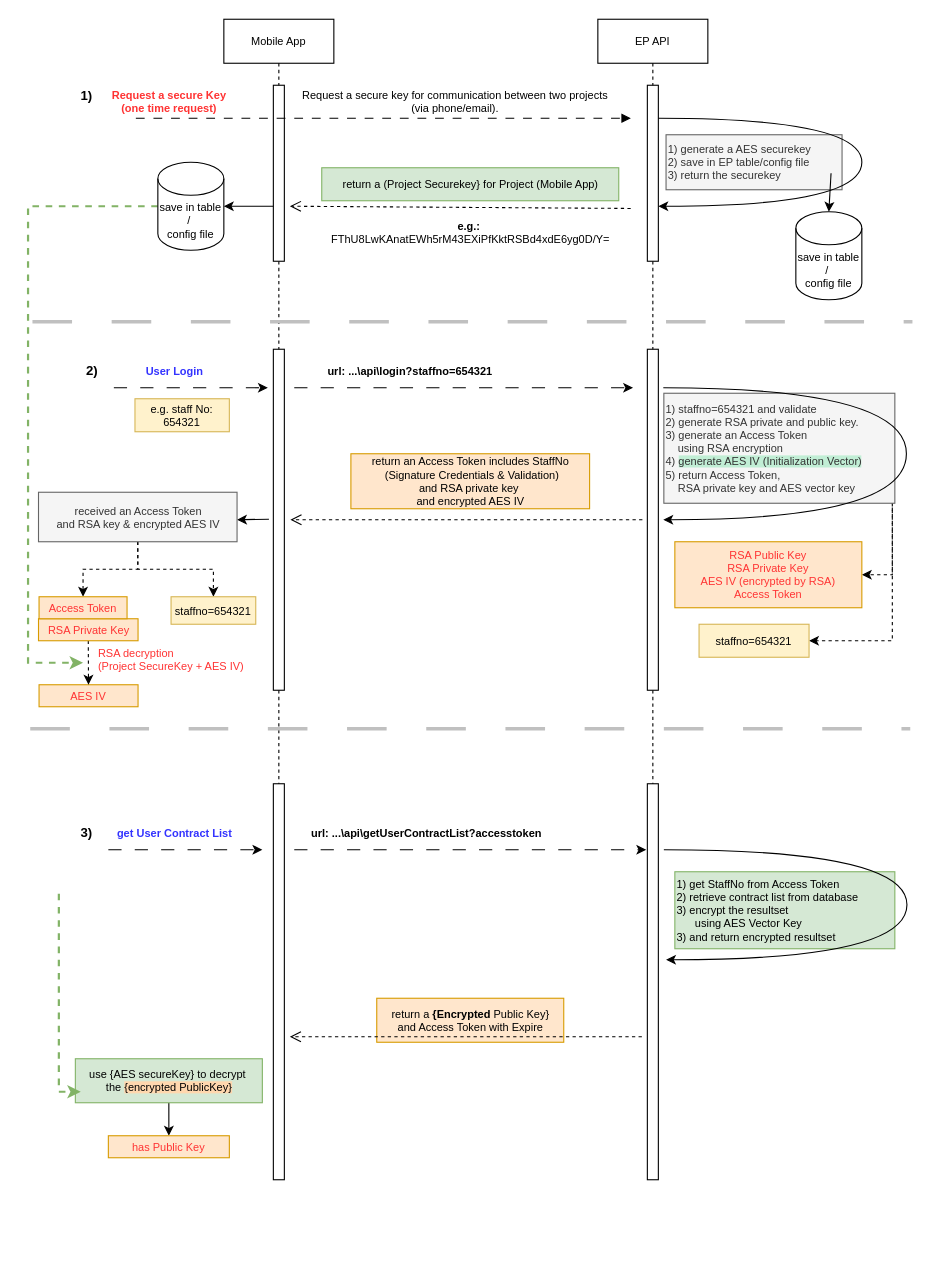
Before: employeePortal_API_workflow.drawio in mujianlo/hrpt_drawio, a draw.io diagram. Source tidied: cells renumbered, new cells numbered last; positions are measured from the earlier drawing's top-left corner, leaving out a move shared by most shapes. Both pictures are drawn from the tidied source at 110%, with x=0, y=0 at pixel (28, 19).
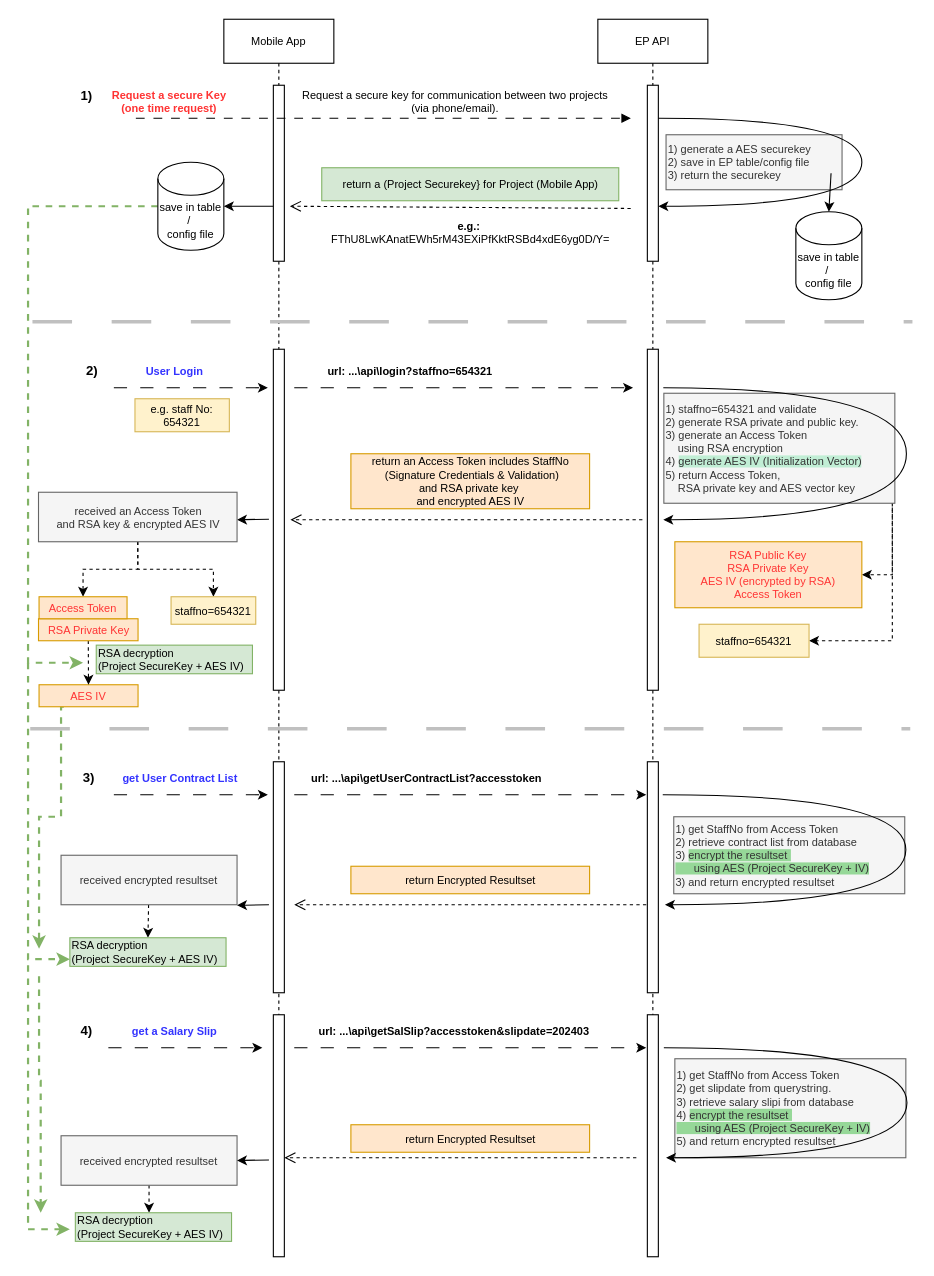
The same page after the edit.

Unchanged cells that the change refers to:
```xml
<mxCell id="32" value="AES IV" style="rounded=0;whiteSpace=wrap;html=1;fillColor=#ffe6cc;strokeColor=#d79b00;fontSize=10;fontColor=#FF3333;" parent="1" vertex="1">
  <mxGeometry x="10" y="605" width="90" height="20" as="geometry" />
</mxCell>
```

Diff of the diagram source:
```diff
@@
-    <mxCell id="2" value="&lt;div&gt;RSA decryption&lt;/div&gt;&lt;div&gt;(Project SecureKey + AES IV) &lt;/div&gt;" style="rounded=0;whiteSpace=wrap;html=1;fontSize=10;strokeColor=none;fontColor=#FF3333;align=left;" parent="1" vertex="1">
+    <mxCell id="2" value="&lt;div&gt;RSA decryption&lt;/div&gt;&lt;div&gt;(Project SecureKey + AES IV) &lt;/div&gt;" style="rounded=0;whiteSpace=wrap;html=1;fontSize=10;strokeColor=#82b366;align=left;fillColor=#d5e8d4;" parent="1" vertex="1">
       <mxGeometry x="62" y="569" width="142" height="26" as="geometry" />
     </mxCell>
@@
     <mxCell id="6" value="Mobile App" style="shape=umlLifeline;perimeter=lifelinePerimeter;whiteSpace=wrap;html=1;newEdgeStyle={&quot;edgeStyle&quot;:&quot;elbowEdgeStyle&quot;,&quot;elbow&quot;:&quot;vertical&quot;,&quot;curved&quot;:0,&quot;rounded&quot;:0};fontSize=10;" parent="1" vertex="1">
-      <mxGeometry x="178" width="100" height="940" as="geometry" />
+      <mxGeometry x="178" width="100" height="1115" as="geometry" />
     </mxCell>
@@
     <mxCell id="9" value="EP API" style="shape=umlLifeline;perimeter=lifelinePerimeter;whiteSpace=wrap;html=1;newEdgeStyle={&quot;edgeStyle&quot;:&quot;elbowEdgeStyle&quot;,&quot;elbow&quot;:&quot;vertical&quot;,&quot;curved&quot;:0,&quot;rounded&quot;:0};fontSize=10;" parent="1" vertex="1">
-      <mxGeometry x="518" width="100" height="940" as="geometry" />
+      <mxGeometry x="518" width="100" height="1125" as="geometry" />
     </mxCell>
@@
+    <mxCell id="62" style="edgeStyle=orthogonalEdgeStyle;rounded=0;jettySize=auto;html=1;strokeWidth=2;fillColor=#d5e8d4;strokeColor=#82b366;dashed=1;exitX=0.25;exitY=1;exitDx=0;exitDy=0;" parent="1" edge="1" source="32">
+      <mxGeometry relative="1" as="geometry">
+        <mxPoint x="10" y="845" as="targetPoint" />
+        <Array as="points">
+          <mxPoint x="30" y="625" />
+          <mxPoint x="30" y="725" />
+        </Array>
+      </mxGeometry>
+    </mxCell>
@@
-    <mxCell id="36" value="&lt;div&gt;return a &lt;b&gt;{Encrypted&lt;/b&gt; Public Key}&lt;/div&gt;&lt;div&gt;and Access Token with Expire&lt;br&gt;&lt;/div&gt;" style="text;html=1;align=center;verticalAlign=middle;strokeColor=#d79b00;fillColor=#ffe6cc;fontSize=10;" parent="1" vertex="1">
-      <mxGeometry x="317" y="890" width="170" height="40" as="geometry" />
-    </mxCell>
     <mxCell id="37" style="html=1;perimeter=orthogonalPerimeter;targetShapes=umlLifeline;newEdgeStyle={&quot;curved&quot;:0,&quot;rounded&quot;:0};fontSize=10;" parent="1" vertex="1">
-      <mxGeometry x="223" y="695" width="10" height="360" as="geometry" />
+      <mxGeometry x="223" y="675" width="10" height="210" as="geometry" />
     </mxCell>
     <mxCell id="38" style="html=1;perimeter=orthogonalPerimeter;targetShapes=umlLifeline;newEdgeStyle={&quot;curved&quot;:0,&quot;rounded&quot;:0};fontSize=10;" parent="1" vertex="1">
-      <mxGeometry x="563" y="695" width="10" height="360" as="geometry" />
+      <mxGeometry x="563" y="675" width="10" height="210" as="geometry" />
     </mxCell>
     <mxCell id="39" style="endArrow=classic;html=1;rounded=0;dashed=1;dashPattern=12 12;fontSize=10;" parent="1" edge="1">
       <mxGeometry relative="1" as="geometry">
-        <mxPoint x="73" y="755" as="sourcePoint" />
-        <mxPoint x="213" y="755" as="targetPoint" />
+        <mxPoint x="78" y="705" as="sourcePoint" />
+        <mxPoint x="218" y="705" as="targetPoint" />
       </mxGeometry>
     </mxCell>
     <mxCell id="40" style="endArrow=classic;html=1;rounded=0;dashed=1;dashPattern=12 12;edgeStyle=elbowEdgeStyle;fontSize=10;" parent="1" edge="1">
       <mxGeometry relative="1" as="geometry">
-        <mxPoint x="242" y="755" as="sourcePoint" />
-        <mxPoint x="562" y="755" as="targetPoint" />
+        <mxPoint x="242" y="705" as="sourcePoint" />
+        <mxPoint x="562" y="705" as="targetPoint" />
       </mxGeometry>
     </mxCell>
     <mxCell id="41" value="url: ...\api\getUserContractList?accesstoken" style="text;html=1;align=center;verticalAlign=middle;strokeColor=none;fillColor=none;fontStyle=1;fontSize=10;" parent="1" vertex="1">
-      <mxGeometry x="252" y="725" width="220" height="30" as="geometry" />
+      <mxGeometry x="252" y="675" width="220" height="30" as="geometry" />
     </mxCell>
-    <mxCell id="42" value="&lt;div&gt;1) get StaffNo from Access Token&lt;/div&gt;&lt;div&gt;2) retrieve contract list from database&lt;/div&gt;&lt;div&gt;3) encrypt the resultset&amp;nbsp;&lt;/div&gt;&lt;div&gt;&amp;nbsp;&amp;nbsp;&amp;nbsp;&amp;nbsp;&amp;nbsp; using AES Vector Key&lt;br&gt;&lt;/div&gt;&lt;div&gt;3) and return encrypted resultset &lt;br&gt;&lt;/div&gt;" style="text;html=1;align=left;verticalAlign=middle;strokeColor=#82b366;fillColor=#d5e8d4;fontSize=10;" parent="1" vertex="1">
-      <mxGeometry x="588" y="775" width="200" height="70" as="geometry" />
+    <mxCell id="42" value="&lt;div&gt;1) get StaffNo from Access Token&lt;/div&gt;&lt;div&gt;2) retrieve contract list from database&lt;/div&gt;&lt;div&gt;3) &lt;span style=&quot;background-color: rgb(150, 216, 152);&quot;&gt;encrypt the resultset&amp;nbsp;&lt;/span&gt;&lt;/div&gt;&lt;div&gt;&lt;span style=&quot;background-color: rgb(150, 216, 152);&quot;&gt;&amp;nbsp;&amp;nbsp;&amp;nbsp;&amp;nbsp;&amp;nbsp; using AES (Project SecureKey + IV)&lt;/span&gt;&lt;br&gt;&lt;/div&gt;&lt;div&gt;3) and return encrypted resultset &lt;br&gt;&lt;/div&gt;" style="text;html=1;align=left;verticalAlign=middle;strokeColor=#666666;fillColor=#f5f5f5;fontSize=10;fontColor=#333333;" parent="1" vertex="1">
+      <mxGeometry x="587" y="725" width="210" height="70" as="geometry" />
     </mxCell>
     <mxCell id="43" style="html=1;verticalAlign=bottom;endArrow=open;dashed=1;endSize=8;elbow=horizontal;rounded=0;fontSize=10;" parent="1" edge="1">
       <mxGeometry relative="1" as="geometry">
-        <mxPoint x="558" y="925" as="sourcePoint" />
-        <mxPoint x="238" y="925" as="targetPoint" />
+        <mxPoint x="562" y="805" as="sourcePoint" />
+        <mxPoint x="242" y="805" as="targetPoint" />
       </mxGeometry>
     </mxCell>
-    <mxCell id="44" style="edgeStyle=orthogonalEdgeStyle;rounded=0;jettySize=auto;html=1;" parent="1" edge="1" source="45" target="47">
-      <mxGeometry relative="1" as="geometry" />
-    </mxCell>
-    <mxCell id="45" value="&lt;div&gt;use {AES secureKey} to decrypt&amp;nbsp;&lt;/div&gt;&lt;div&gt;the &lt;span style=&quot;background-color: rgb(255, 215, 174);&quot;&gt;{encrypted PublicKey}&lt;/span&gt;&lt;/div&gt;" style="text;html=1;align=center;verticalAlign=middle;points=[];strokeColor=#82b366;fillColor=#d5e8d4;fontSize=10;" parent="1" vertex="1">
-      <mxGeometry x="43" y="945" width="170" height="40" as="geometry" />
-    </mxCell>
-    <mxCell id="46" style="endArrow=classic;html=1;rounded=0;edgeStyle=elbowEdgeStyle;dashed=1;fillColor=#d5e8d4;strokeColor=#82b366;strokeWidth=2;fontSize=10;entryX=0.029;entryY=0.75;entryDx=0;entryDy=0;entryPerimeter=0;" parent="1" edge="1" target="45">
+    <mxCell id="46" style="endArrow=classic;html=1;rounded=0;edgeStyle=elbowEdgeStyle;dashed=1;fillColor=#d5e8d4;strokeColor=#82b366;strokeWidth=2;fontSize=10;entryX=0;entryY=0.75;entryDx=0;entryDy=0;" parent="1" edge="1" target="67">
       <mxGeometry relative="1" as="geometry">
-        <mxPoint x="28" y="795" as="sourcePoint" />
+        <mxPoint y="585" as="sourcePoint" />
         <Array as="points">
-          <mxPoint x="28" y="885" />
+          <mxPoint y="785" />
         </Array>
       </mxGeometry>
     </mxCell>
-    <mxCell id="47" value="has Public Key" style="rounded=0;whiteSpace=wrap;html=1;fillColor=#ffe6cc;strokeColor=#d79b00;fontSize=10;fontColor=#FF3333;" parent="1" vertex="1">
-      <mxGeometry x="73" y="1015" width="110" height="20" as="geometry" />
-    </mxCell>
     <mxCell id="48" value="&lt;b&gt;3)&lt;/b&gt;" style="text;html=1;align=center;verticalAlign=middle;strokeColor=none;fillColor=none;" parent="1" vertex="1">
-      <mxGeometry x="38" y="725" width="30" height="30" as="geometry" />
+      <mxGeometry x="40" y="675" width="30" height="30" as="geometry" />
     </mxCell>
     <mxCell id="49" value="get User Contract List" style="text;html=1;align=center;verticalAlign=middle;strokeColor=none;fillColor=none;fontSize=10;fontStyle=1;fontColor=#3333FF;" parent="1" vertex="1">
-      <mxGeometry x="73" y="725" width="120" height="30" as="geometry" />
+      <mxGeometry x="78" y="675" width="120" height="30" as="geometry" />
     </mxCell>
@@
     <mxCell id="51" style="edgeStyle=orthogonalEdgeStyle;rounded=0;orthogonalLoop=1;jettySize=auto;html=1;elbow=vertical;curved=1;fontSize=10;" parent="1" edge="1">
       <mxGeometry relative="1" as="geometry">
-        <mxPoint x="578" y="755" as="sourcePoint" />
-        <mxPoint x="580" y="855" as="targetPoint" />
+        <mxPoint x="577" y="705" as="sourcePoint" />
+        <mxPoint x="579" y="805" as="targetPoint" />
         <Array as="points">
-          <mxPoint x="799" y="755" />
-          <mxPoint x="799" y="855" />
+          <mxPoint x="798" y="705" />
+          <mxPoint x="798" y="805" />
         </Array>
       </mxGeometry>
     </mxCell>
@@
+    <mxCell id="63" value="&lt;div&gt;return Encrypted Resultset&lt;/div&gt;" style="rounded=0;whiteSpace=wrap;html=1;fillColor=#ffe6cc;strokeColor=#d79b00;fontSize=10;" parent="1" vertex="1">
+      <mxGeometry x="293.5" y="770" width="217" height="25" as="geometry" />
+    </mxCell>
+    <mxCell id="64" style="rounded=0;jettySize=auto;html=1;dashed=1;entryX=0.5;entryY=0;entryDx=0;entryDy=0;" parent="1" edge="1" source="65" target="67">
+      <mxGeometry relative="1" as="geometry" />
+    </mxCell>
+    <mxCell id="65" value="&lt;div&gt;received encrypted resultset&lt;br&gt;&lt;/div&gt;" style="rounded=0;whiteSpace=wrap;html=1;fillColor=#f5f5f5;strokeColor=#666666;fontSize=10;fontColor=#333333;" parent="1" vertex="1">
+      <mxGeometry x="30" y="760" width="160" height="45" as="geometry" />
+    </mxCell>
+    <mxCell id="66" style="rounded=0;orthogonalLoop=1;jettySize=auto;html=1;elbow=vertical;fontSize=10;" parent="1" edge="1">
+      <mxGeometry relative="1" as="geometry">
+        <mxPoint x="219" y="805" as="sourcePoint" />
+        <mxPoint x="190" y="805.5" as="targetPoint" />
+      </mxGeometry>
+    </mxCell>
+    <mxCell id="67" value="&lt;div&gt;RSA decryption&lt;/div&gt;&lt;div&gt;(Project SecureKey + AES IV) &lt;/div&gt;" style="rounded=0;whiteSpace=wrap;html=1;fontSize=10;strokeColor=#82b366;align=left;fillColor=#d5e8d4;" parent="1" vertex="1">
+      <mxGeometry x="38" y="835" width="142" height="26" as="geometry" />
+    </mxCell>
+    <mxCell id="68" style="html=1;perimeter=orthogonalPerimeter;targetShapes=umlLifeline;newEdgeStyle={&quot;curved&quot;:0,&quot;rounded&quot;:0};fontSize=10;" parent="1" vertex="1">
+      <mxGeometry x="223" y="905" width="10" height="220" as="geometry" />
+    </mxCell>
+    <mxCell id="69" style="html=1;perimeter=orthogonalPerimeter;targetShapes=umlLifeline;newEdgeStyle={&quot;curved&quot;:0,&quot;rounded&quot;:0};fontSize=10;" parent="1" vertex="1">
+      <mxGeometry x="563" y="905" width="10" height="220" as="geometry" />
+    </mxCell>
+    <mxCell id="70" style="endArrow=classic;html=1;rounded=0;dashed=1;dashPattern=12 12;fontSize=10;" parent="1" edge="1">
+      <mxGeometry relative="1" as="geometry">
+        <mxPoint x="73" y="935" as="sourcePoint" />
+        <mxPoint x="213" y="935" as="targetPoint" />
+      </mxGeometry>
+    </mxCell>
+    <mxCell id="71" style="endArrow=classic;html=1;rounded=0;dashed=1;dashPattern=12 12;edgeStyle=elbowEdgeStyle;fontSize=10;" parent="1" edge="1">
+      <mxGeometry relative="1" as="geometry">
+        <mxPoint x="242" y="935" as="sourcePoint" />
+        <mxPoint x="562" y="935" as="targetPoint" />
+      </mxGeometry>
+    </mxCell>
+    <mxCell id="72" value="url: ...\api\getSalSlip?accesstoken&amp;amp;slipdate=202403" style="text;html=1;align=center;verticalAlign=middle;strokeColor=none;fillColor=none;fontStyle=1;fontSize=10;" parent="1" vertex="1">
+      <mxGeometry x="252" y="905" width="270" height="30" as="geometry" />
+    </mxCell>
+    <mxCell id="73" value="&lt;div&gt;1) get StaffNo from Access Token&lt;/div&gt;&lt;div&gt;2) get slipdate from querystring.&lt;/div&gt;&lt;div&gt;3) retrieve salary slipi from database&lt;/div&gt;&lt;div&gt;4) &lt;span style=&quot;background-color: rgb(150, 216, 152);&quot;&gt;encrypt the resultset&amp;nbsp;&lt;/span&gt;&lt;/div&gt;&lt;div&gt;&lt;span style=&quot;background-color: rgb(150, 216, 152);&quot;&gt;&amp;nbsp;&amp;nbsp;&amp;nbsp;&amp;nbsp;&amp;nbsp; using AES (Project SecureKey + IV)&lt;/span&gt;&lt;br&gt;&lt;/div&gt;&lt;div&gt;5) and return encrypted resultset &lt;br&gt;&lt;/div&gt;" style="text;html=1;align=left;verticalAlign=middle;strokeColor=#666666;fillColor=#f5f5f5;fontSize=10;fontColor=#333333;" parent="1" vertex="1">
+      <mxGeometry x="588" y="945" width="210" height="90" as="geometry" />
+    </mxCell>
+    <mxCell id="74" style="html=1;verticalAlign=bottom;endArrow=open;dashed=1;endSize=8;elbow=horizontal;rounded=0;fontSize=10;" parent="1" edge="1">
+      <mxGeometry relative="1" as="geometry">
+        <mxPoint x="553" y="1035" as="sourcePoint" />
+        <mxPoint x="233" y="1035" as="targetPoint" />
+      </mxGeometry>
+    </mxCell>
+    <mxCell id="75" value="&lt;b&gt;4)&lt;/b&gt;" style="text;html=1;align=center;verticalAlign=middle;strokeColor=none;fillColor=none;" parent="1" vertex="1">
+      <mxGeometry x="38" y="905" width="30" height="30" as="geometry" />
+    </mxCell>
+    <mxCell id="76" value="get a Salary Slip" style="text;html=1;align=center;verticalAlign=middle;strokeColor=none;fillColor=none;fontSize=10;fontStyle=1;fontColor=#3333FF;" parent="1" vertex="1">
+      <mxGeometry x="83" y="905" width="100" height="30" as="geometry" />
+    </mxCell>
+    <mxCell id="77" style="edgeStyle=orthogonalEdgeStyle;rounded=0;orthogonalLoop=1;jettySize=auto;html=1;elbow=vertical;curved=1;fontSize=10;" parent="1" edge="1">
+      <mxGeometry relative="1" as="geometry">
+        <mxPoint x="578" y="935" as="sourcePoint" />
+        <mxPoint x="580" y="1035" as="targetPoint" />
+        <Array as="points">
+          <mxPoint x="799" y="935" />
+          <mxPoint x="799" y="1035" />
+        </Array>
+      </mxGeometry>
+    </mxCell>
+    <mxCell id="78" value="&lt;div&gt;return Encrypted Resultset&lt;/div&gt;" style="rounded=0;whiteSpace=wrap;html=1;fillColor=#ffe6cc;strokeColor=#d79b00;fontSize=10;" parent="1" vertex="1">
+      <mxGeometry x="293.5" y="1005" width="217" height="25" as="geometry" />
+    </mxCell>
+    <mxCell id="79" style="rounded=0;jettySize=auto;html=1;dashed=1;" parent="1" edge="1" source="80">
+      <mxGeometry relative="1" as="geometry">
+        <mxPoint x="110" y="1085" as="targetPoint" />
+      </mxGeometry>
+    </mxCell>
+    <mxCell id="80" value="&lt;div&gt;received encrypted resultset&lt;br&gt;&lt;/div&gt;" style="rounded=0;whiteSpace=wrap;html=1;fillColor=#f5f5f5;strokeColor=#666666;fontSize=10;fontColor=#333333;" parent="1" vertex="1">
+      <mxGeometry x="30" y="1015" width="160" height="45" as="geometry" />
+    </mxCell>
+    <mxCell id="81" style="rounded=0;orthogonalLoop=1;jettySize=auto;html=1;elbow=vertical;fontSize=10;" parent="1" edge="1">
+      <mxGeometry relative="1" as="geometry">
+        <mxPoint x="219" y="1037" as="sourcePoint" />
+        <mxPoint x="190" y="1037.5" as="targetPoint" />
+      </mxGeometry>
+    </mxCell>
+    <mxCell id="82" value="&lt;div&gt;RSA decryption&lt;/div&gt;&lt;div&gt;(Project SecureKey + AES IV) &lt;/div&gt;" style="rounded=0;whiteSpace=wrap;html=1;fontSize=10;strokeColor=#82b366;align=left;fillColor=#d5e8d4;" parent="1" vertex="1">
+      <mxGeometry x="43" y="1085" width="142" height="26" as="geometry" />
+    </mxCell>
+    <mxCell id="83" style="endArrow=classic;html=1;rounded=0;edgeStyle=elbowEdgeStyle;dashed=1;fillColor=#d5e8d4;strokeColor=#82b366;strokeWidth=2;fontSize=10;entryX=0;entryY=0.75;entryDx=0;entryDy=0;" parent="1" edge="1">
+      <mxGeometry relative="1" as="geometry">
+        <mxPoint y="860" as="sourcePoint" />
+        <mxPoint x="38" y="1100" as="targetPoint" />
+        <Array as="points">
+          <mxPoint y="1030" />
+        </Array>
+      </mxGeometry>
+    </mxCell>
+    <mxCell id="84" style="edgeStyle=orthogonalEdgeStyle;rounded=0;orthogonalLoop=1;jettySize=auto;html=1;strokeWidth=2;fillColor=#d5e8d4;strokeColor=#82b366;dashed=1;" parent="1" edge="1">
+      <mxGeometry relative="1" as="geometry">
+        <mxPoint x="10" y="870" as="sourcePoint" />
+        <mxPoint x="11.5" y="1085" as="targetPoint" />
+        <Array as="points">
+          <mxPoint x="10" y="965" />
+          <mxPoint x="12" y="965" />
+        </Array>
+      </mxGeometry>
+    </mxCell>
```
